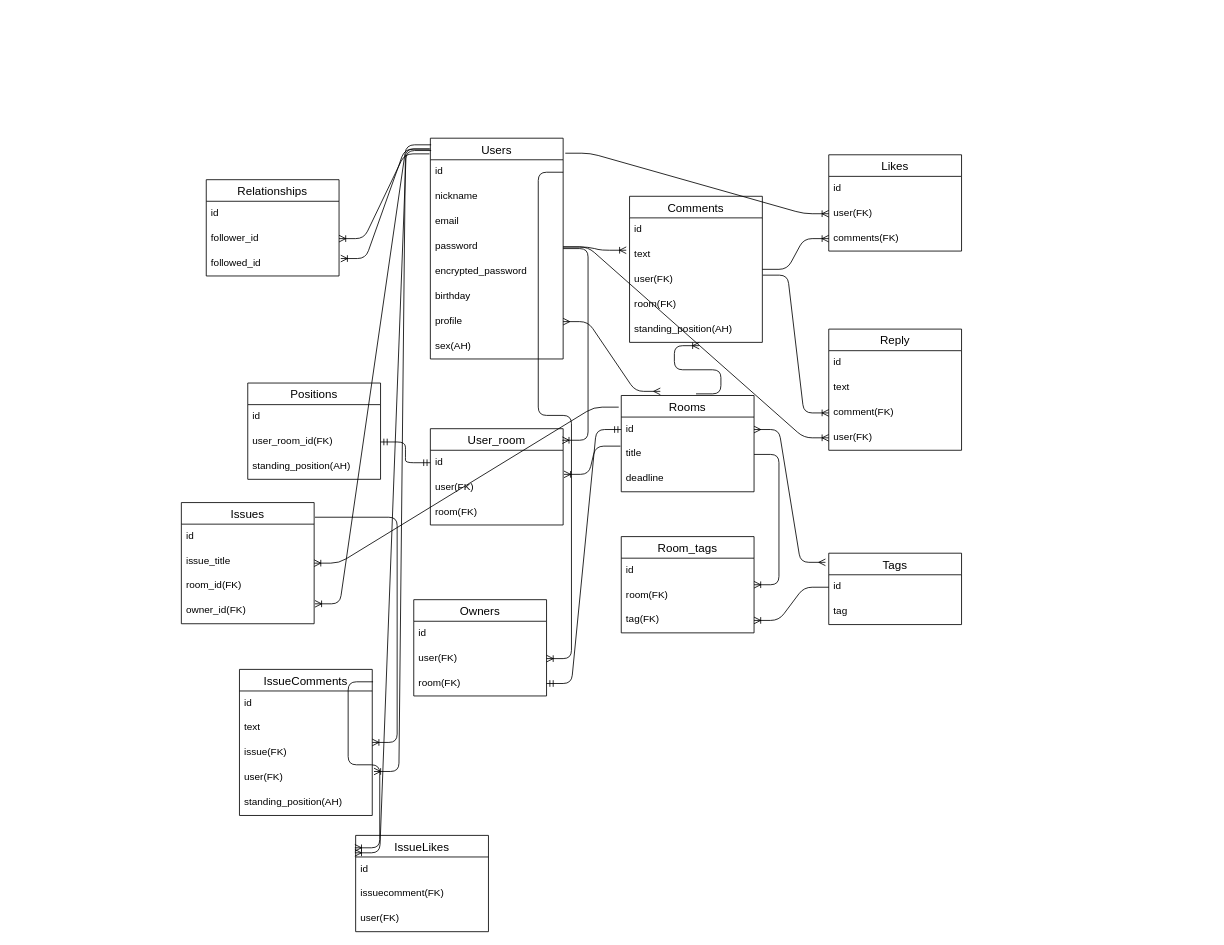
harukicode0/discussion_app_2022 keeps this draw.io diagram as ER図.dio. Above is the earlier version. Source tidied: cells renumbered, new cells numbered last; positions are measured from the earlier drawing's top-left corner, leaving out a move shared by most shapes. Both pictures are drawn from the tidied source at 83%, with x=0, y=0 at pixel (181, 138).
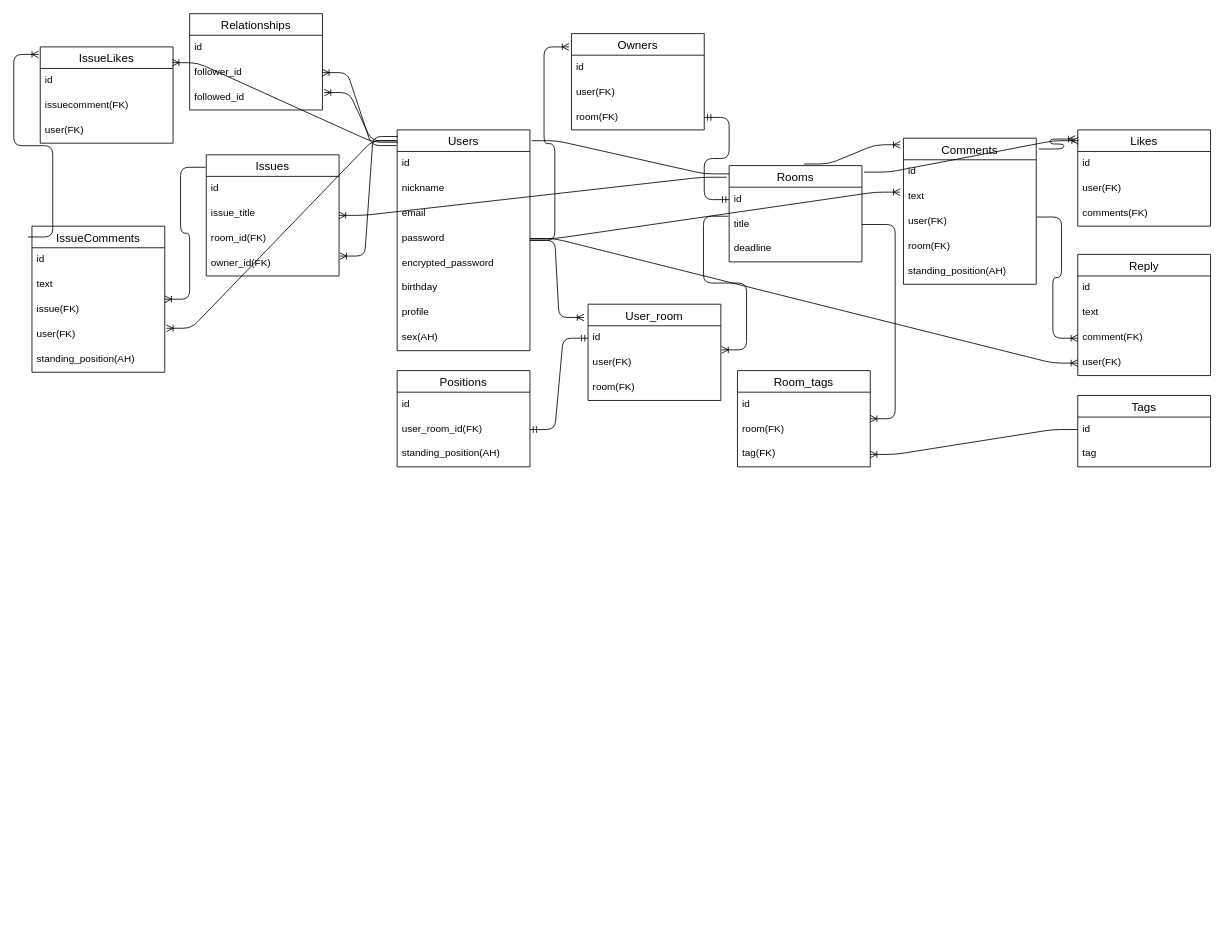
The same diagram, later.

The change refers to these unchanged cells:
```xml
<mxCell id="3" value="id" style="text;strokeColor=none;fillColor=none;spacingLeft=4;spacingRight=4;overflow=hidden;points=[[0,0.5],[1,0.5]];portConstraint=eastwest;fontSize=12;" parent="2" vertex="1">
  <mxGeometry y="26" width="160" height="30" as="geometry" />
</mxCell>
<mxCell id="9" value="profile" style="text;strokeColor=none;fillColor=none;spacingLeft=4;spacingRight=4;overflow=hidden;points=[[0,0.5],[1,0.5]];portConstraint=eastwest;fontSize=12;" parent="2" vertex="1">
  <mxGeometry y="206" width="160" height="30" as="geometry" />
</mxCell>
<mxCell id="42" value="standing_position(AH)" style="text;strokeColor=none;fillColor=none;spacingLeft=4;spacingRight=4;overflow=hidden;points=[[0,0.5],[1,0.5]];portConstraint=eastwest;fontSize=12;" parent="37" vertex="1">
  <mxGeometry y="146" width="160" height="30" as="geometry" />
</mxCell>
<mxCell id="47" value="user(FK)" style="text;strokeColor=none;fillColor=none;spacingLeft=4;spacingRight=4;overflow=hidden;points=[[0,0.5],[1,0.5]];portConstraint=eastwest;fontSize=12;" parent="45" vertex="1">
  <mxGeometry y="56" width="160" height="30" as="geometry" />
</mxCell>
<mxCell id="48" value="comments(FK)" style="text;strokeColor=none;fillColor=none;spacingLeft=4;spacingRight=4;overflow=hidden;points=[[0,0.5],[1,0.5]];portConstraint=eastwest;fontSize=12;" parent="45" vertex="1">
  <mxGeometry y="86" width="160" height="30" as="geometry" />
</mxCell>
<mxCell id="65" value="user(FK)" style="text;strokeColor=none;fillColor=none;spacingLeft=4;spacingRight=4;overflow=hidden;points=[[0,0.5],[1,0.5]];portConstraint=eastwest;fontSize=12;" parent="63" vertex="1">
  <mxGeometry y="56" width="160" height="30" as="geometry" />
</mxCell>
```

The edit, as a diff of the source:
```diff
@@
     <mxCell id="2" value="Users" style="swimlane;fontStyle=0;horizontal=1;startSize=26;align=center;fontSize=14;" parent="1" vertex="1">
-      <mxGeometry x="300" width="160" height="266" as="geometry" />
+      <mxGeometry x="260" y="-10" width="160" height="266" as="geometry" />
     </mxCell>
@@
-    <mxCell id="11" value="Rooms" style="swimlane;fontStyle=0;horizontal=1;startSize=26;align=center;fontSize=14;" parent="1" vertex="1">
-      <mxGeometry x="530" y="310" width="160" height="116" as="geometry" />
-    </mxCell>
-    <mxCell id="12" value="id" style="text;strokeColor=none;fillColor=none;spacingLeft=4;spacingRight=4;overflow=hidden;points=[[0,0.5],[1,0.5]];portConstraint=eastwest;fontSize=12;" parent="11" vertex="1">
-      <mxGeometry y="26" width="160" height="30" as="geometry" />
-    </mxCell>
-    <mxCell id="13" value="title" style="text;strokeColor=none;fillColor=none;spacingLeft=4;spacingRight=4;overflow=hidden;points=[[0,0.5],[1,0.5]];portConstraint=eastwest;fontSize=12;" parent="11" vertex="1">
-      <mxGeometry y="56" width="160" height="30" as="geometry" />
-    </mxCell>
-    <mxCell id="14" value="deadline" style="text;strokeColor=none;fillColor=none;spacingLeft=4;spacingRight=4;overflow=hidden;fontSize=12;" parent="11" vertex="1">
-      <mxGeometry y="86" width="160" height="30" as="geometry" />
-    </mxCell>
@@
     <mxCell id="16" value="Relationships" style="swimlane;fontStyle=0;horizontal=1;startSize=26;align=center;fontSize=14;" parent="1" vertex="1">
-      <mxGeometry x="30" y="50" width="160" height="116" as="geometry" />
+      <mxGeometry x="10" y="-150" width="160" height="116" as="geometry" />
     </mxCell>
@@
     <mxCell id="20" value="User_room" style="swimlane;fontStyle=0;horizontal=1;startSize=26;align=center;fontSize=14;" parent="1" vertex="1">
-      <mxGeometry x="300" y="350" width="160" height="116" as="geometry" />
+      <mxGeometry x="490" y="200" width="160" height="116" as="geometry" />
     </mxCell>
@@
-    <mxCell id="24" style="edgeStyle=entityRelationEdgeStyle;fontSize=12;html=1;endArrow=ERoneToMany;entryX=0.994;entryY=0.12;entryDx=0;entryDy=0;entryPerimeter=0;" parent="1" edge="1" source="2" target="20">
+    <mxCell id="24" style="edgeStyle=entityRelationEdgeStyle;fontSize=12;html=1;endArrow=ERoneToMany;entryX=-0.031;entryY=0.138;entryDx=0;entryDy=0;entryPerimeter=0;" parent="1" edge="1" source="2" target="20">
       <mxGeometry relative="1" as="geometry" />
     </mxCell>
@@
-    <mxCell id="26" style="edgeStyle=entityRelationEdgeStyle;fontSize=12;html=1;endArrow=ERmany;startArrow=ERmany;entryX=0.294;entryY=-0.043;entryDx=0;entryDy=0;entryPerimeter=0;exitX=1;exitY=0.5;exitDx=0;exitDy=0;" parent="1" edge="1" source="9" target="11">
-      <mxGeometry relative="1" as="geometry" />
-    </mxCell>
     <mxCell id="27" value="Tags" style="swimlane;fontStyle=0;horizontal=1;startSize=26;align=center;fontSize=14;" parent="1" vertex="1">
-      <mxGeometry x="780" y="500" width="160" height="86" as="geometry" />
+      <mxGeometry x="1080" y="310" width="160" height="86" as="geometry" />
     </mxCell>
@@
     <mxCell id="30" value="Room_tags" style="swimlane;fontStyle=0;horizontal=1;startSize=26;align=center;fontSize=14;" parent="1" vertex="1">
-      <mxGeometry x="530" y="480" width="160" height="116" as="geometry" />
+      <mxGeometry x="670" y="280" width="160" height="116" as="geometry" />
     </mxCell>
@@
-    <mxCell id="36" style="edgeStyle=entityRelationEdgeStyle;fontSize=12;html=1;endArrow=ERmany;startArrow=ERmany;entryX=-0.025;entryY=0.128;entryDx=0;entryDy=0;entryPerimeter=0;exitX=1;exitY=0.5;exitDx=0;exitDy=0;" parent="1" edge="1" source="12" target="27">
-      <mxGeometry relative="1" as="geometry" />
-    </mxCell>
     <mxCell id="37" value="Comments" style="swimlane;fontStyle=0;horizontal=1;startSize=26;align=center;fontSize=14;" parent="1" vertex="1">
-      <mxGeometry x="540" y="70" width="160" height="176" as="geometry" />
+      <mxGeometry x="870" width="160" height="176" as="geometry" />
     </mxCell>
@@
-    <mxCell id="44" style="edgeStyle=entityRelationEdgeStyle;fontSize=12;html=1;endArrow=ERoneToMany;exitX=0.563;exitY=-0.017;exitDx=0;exitDy=0;exitPerimeter=0;entryX=0.525;entryY=1.133;entryDx=0;entryDy=0;entryPerimeter=0;" parent="1" edge="1" source="11" target="42">
+    <mxCell id="44" style="edgeStyle=entityRelationEdgeStyle;fontSize=12;html=1;endArrow=ERoneToMany;exitX=0.563;exitY=-0.017;exitDx=0;exitDy=0;exitPerimeter=0;entryX=-0.025;entryY=0.045;entryDx=0;entryDy=0;entryPerimeter=0;" parent="1" edge="1" source="11" target="37">
       <mxGeometry relative="1" as="geometry" />
     </mxCell>
     <mxCell id="45" value="Likes" style="swimlane;fontStyle=0;horizontal=1;startSize=26;align=center;fontSize=14;" parent="1" vertex="1">
-      <mxGeometry x="780" y="20" width="160" height="116" as="geometry" />
+      <mxGeometry x="1080" y="-10" width="160" height="116" as="geometry" />
     </mxCell>
@@
-    <mxCell id="49" style="edgeStyle=entityRelationEdgeStyle;fontSize=12;html=1;endArrow=ERoneToMany;exitX=1.016;exitY=0.068;exitDx=0;exitDy=0;entryX=0;entryY=0.5;entryDx=0;entryDy=0;exitPerimeter=0;" parent="1" edge="1" source="2" target="47">
+    <mxCell id="49" style="edgeStyle=entityRelationEdgeStyle;fontSize=12;html=1;endArrow=ERoneToMany;exitX=1.016;exitY=0.068;exitDx=0;exitDy=0;entryX=0.006;entryY=0.112;entryDx=0;entryDy=0;exitPerimeter=0;startArrow=none;entryPerimeter=0;" parent="1" edge="1" source="11" target="45">
       <mxGeometry relative="1" as="geometry" />
     </mxCell>
-    <mxCell id="50" style="edgeStyle=entityRelationEdgeStyle;fontSize=12;html=1;endArrow=ERoneToMany;entryX=0;entryY=0.5;entryDx=0;entryDy=0;" parent="1" edge="1" source="37" target="48">
+    <mxCell id="50" style="edgeStyle=entityRelationEdgeStyle;fontSize=12;html=1;endArrow=ERoneToMany;entryX=-0.019;entryY=0.095;entryDx=0;entryDy=0;exitX=1.019;exitY=0.074;exitDx=0;exitDy=0;exitPerimeter=0;entryPerimeter=0;" parent="1" edge="1" source="37" target="45">
       <mxGeometry relative="1" as="geometry" />
     </mxCell>
     <mxCell id="51" value="Reply" style="swimlane;fontStyle=0;horizontal=1;startSize=26;align=center;fontSize=14;" parent="1" vertex="1">
-      <mxGeometry x="780" y="230" width="160" height="146" as="geometry" />
+      <mxGeometry x="1080" y="140" width="160" height="146" as="geometry" />
     </mxCell>
@@
     <mxCell id="58" value="Positions" style="swimlane;fontStyle=0;horizontal=1;startSize=26;align=center;fontSize=14;" parent="1" vertex="1">
-      <mxGeometry x="80" y="295" width="160" height="116" as="geometry" />
+      <mxGeometry x="260" y="280" width="160" height="116" as="geometry" />
     </mxCell>
@@
     <mxCell id="63" value="Owners" style="swimlane;fontStyle=0;horizontal=1;startSize=26;align=center;fontSize=14;" parent="1" vertex="1">
-      <mxGeometry x="280" y="556" width="160" height="116" as="geometry" />
+      <mxGeometry x="470" y="-126" width="160" height="116" as="geometry" />
     </mxCell>
@@
-    <mxCell id="67" style="edgeStyle=entityRelationEdgeStyle;fontSize=12;html=1;endArrow=ERoneToMany;exitX=1;exitY=0.5;exitDx=0;exitDy=0;entryX=1;entryY=0.5;entryDx=0;entryDy=0;" parent="1" edge="1" source="3" target="65">
+    <mxCell id="67" style="edgeStyle=entityRelationEdgeStyle;fontSize=12;html=1;endArrow=ERoneToMany;entryX=-0.019;entryY=0.138;entryDx=0;entryDy=0;entryPerimeter=0;" parent="1" edge="1" source="2" target="63">
       <mxGeometry relative="1" as="geometry" />
     </mxCell>
@@
     <mxCell id="71" value="Issues" style="swimlane;fontStyle=0;horizontal=1;startSize=26;align=center;fontSize=14;" parent="1" vertex="1">
-      <mxGeometry y="439" width="160" height="146" as="geometry" />
+      <mxGeometry x="30" y="20" width="160" height="146" as="geometry" />
     </mxCell>
@@
-    <mxCell id="76" style="edgeStyle=entityRelationEdgeStyle;fontSize=12;html=1;endArrow=ERoneToMany;exitX=1.006;exitY=0.121;exitDx=0;exitDy=0;exitPerimeter=0;" parent="1" edge="1" source="71" target="77">
+    <mxCell id="76" style="edgeStyle=entityRelationEdgeStyle;fontSize=12;html=1;endArrow=ERoneToMany;exitX=-0.006;exitY=0.103;exitDx=0;exitDy=0;exitPerimeter=0;" parent="1" edge="1" source="71" target="77">
       <mxGeometry relative="1" as="geometry" />
     </mxCell>
     <mxCell id="77" value="IssueComments" style="swimlane;fontStyle=0;horizontal=1;startSize=26;align=center;fontSize=14;" parent="1" vertex="1">
-      <mxGeometry x="70" y="640" width="160" height="176" as="geometry" />
+      <mxGeometry x="-180" y="106" width="160" height="176" as="geometry" />
     </mxCell>
@@
     <mxCell id="85" value="IssueLikes" style="swimlane;fontStyle=0;horizontal=1;startSize=26;align=center;fontSize=14;" parent="1" vertex="1">
-      <mxGeometry x="210" y="840" width="160" height="116" as="geometry" />
+      <mxGeometry x="-170" y="-110" width="160" height="116" as="geometry" />
     </mxCell>
@@
-    <mxCell id="89" style="edgeStyle=entityRelationEdgeStyle;fontSize=12;html=1;endArrow=ERoneToMany;entryX=-0.006;entryY=0.129;entryDx=0;entryDy=0;entryPerimeter=0;exitX=1.006;exitY=0.085;exitDx=0;exitDy=0;exitPerimeter=0;" parent="1" edge="1" source="77" target="85">
+    <mxCell id="89" style="edgeStyle=entityRelationEdgeStyle;fontSize=12;html=1;endArrow=ERoneToMany;entryX=-0.012;entryY=0.078;entryDx=0;entryDy=0;entryPerimeter=0;exitX=-0.031;exitY=0.074;exitDx=0;exitDy=0;exitPerimeter=0;" parent="1" edge="1" source="77" target="85">
       <mxGeometry relative="1" as="geometry" />
     </mxCell>
-    <mxCell id="90" style="edgeStyle=entityRelationEdgeStyle;fontSize=12;html=1;endArrow=ERoneToMany;exitX=0.006;exitY=0.056;exitDx=0;exitDy=0;exitPerimeter=0;entryX=-0.006;entryY=0.181;entryDx=0;entryDy=0;entryPerimeter=0;" parent="1" edge="1" source="2" target="85">
+    <mxCell id="90" style="edgeStyle=entityRelationEdgeStyle;fontSize=12;html=1;endArrow=ERoneToMany;exitX=0.006;exitY=0.056;exitDx=0;exitDy=0;exitPerimeter=0;entryX=0.994;entryY=0.164;entryDx=0;entryDy=0;entryPerimeter=0;" parent="1" edge="1" source="2" target="85">
       <mxGeometry relative="1" as="geometry" />
     </mxCell>
+    <mxCell id="11" value="Rooms" style="swimlane;fontStyle=0;horizontal=1;startSize=26;align=center;fontSize=14;" parent="1" vertex="1">
+      <mxGeometry x="660" y="33" width="160" height="116" as="geometry" />
+    </mxCell>
+    <mxCell id="12" value="id" style="text;strokeColor=none;fillColor=none;spacingLeft=4;spacingRight=4;overflow=hidden;points=[[0,0.5],[1,0.5]];portConstraint=eastwest;fontSize=12;" parent="11" vertex="1">
+      <mxGeometry y="26" width="160" height="30" as="geometry" />
+    </mxCell>
+    <mxCell id="13" value="title" style="text;strokeColor=none;fillColor=none;spacingLeft=4;spacingRight=4;overflow=hidden;points=[[0,0.5],[1,0.5]];portConstraint=eastwest;fontSize=12;" parent="11" vertex="1">
+      <mxGeometry y="56" width="160" height="30" as="geometry" />
+    </mxCell>
+    <mxCell id="14" value="deadline" style="text;strokeColor=none;fillColor=none;spacingLeft=4;spacingRight=4;overflow=hidden;fontSize=12;" parent="11" vertex="1">
+      <mxGeometry y="86" width="160" height="30" as="geometry" />
+    </mxCell>
+    <mxCell id="91" style="edgeStyle=entityRelationEdgeStyle;fontSize=12;html=1;endArrow=none;exitX=1.013;exitY=0.049;exitDx=0;exitDy=0;entryX=0;entryY=0.086;entryDx=0;entryDy=0;exitPerimeter=0;entryPerimeter=0;" parent="1" edge="1" source="2" target="11">
+      <mxGeometry relative="1" as="geometry" />
+    </mxCell>
```
